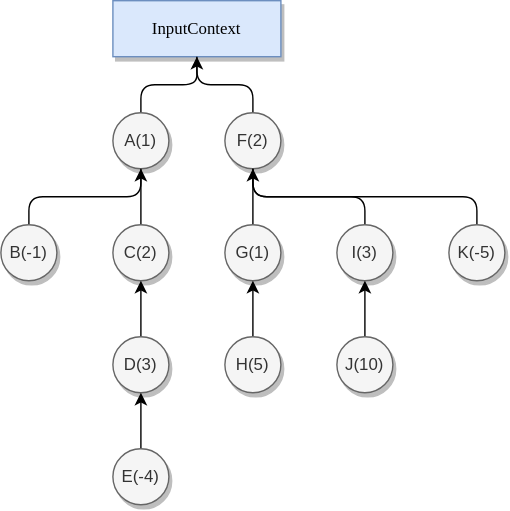
This is _static/images/input/input_layers.svg from TimZoet/Floah-manual, a draw.io export, as it was before one commit. Source tidied: cells renumbered, new cells last; positions are measured from the earlier drawing's top-left corner, leaving out a move shared by most shapes. The source it was exported from:
```xml
<mxGraphModel>
  <root>
    <mxCell id="0" />
    <mxCell id="1" parent="0" />
    <mxCell id="2" value="InputContext" style="rounded=0;whiteSpace=wrap;html=1;shadow=1;fontFamily=Lucida Console;fontSize=12;fillColor=#dae8fc;strokeColor=#6c8ebf;" parent="1" vertex="1">
      <mxGeometry x="80" width="120" height="40" as="geometry" />
    </mxCell>
    <mxCell id="3" style="edgeStyle=none;html=1;exitX=0.5;exitY=0;exitDx=0;exitDy=0;entryX=0.5;entryY=1;entryDx=0;entryDy=0;fontFamily=Lucida Console;fontSize=20;" parent="1" edge="1" source="4" target="2">
      <mxGeometry relative="1" as="geometry">
        <Array as="points">
          <mxPoint x="100" y="60" />
          <mxPoint x="140" y="60" />
        </Array>
      </mxGeometry>
    </mxCell>
    <mxCell id="4" value="A(1)" style="ellipse;whiteSpace=wrap;html=1;fillColor=#f5f5f5;strokeColor=#666666;shadow=1;fontSize=12;fontColor=#333333;" parent="1" vertex="1">
      <mxGeometry x="80" y="80" width="40" height="40" as="geometry" />
    </mxCell>
    <mxCell id="5" style="edgeStyle=none;html=1;exitX=0.5;exitY=0;exitDx=0;exitDy=0;entryX=0.5;entryY=1;entryDx=0;entryDy=0;fontFamily=Lucida Console;fontSize=20;endArrow=none;endFill=0;" parent="1" edge="1" source="6" target="2">
      <mxGeometry relative="1" as="geometry">
        <Array as="points">
          <mxPoint x="180" y="60" />
          <mxPoint x="140" y="60" />
        </Array>
      </mxGeometry>
    </mxCell>
    <mxCell id="6" value="F(2)" style="ellipse;whiteSpace=wrap;html=1;fillColor=#f5f5f5;strokeColor=#666666;shadow=1;fontSize=12;fontColor=#333333;" parent="1" vertex="1">
      <mxGeometry x="160" y="80" width="40" height="40" as="geometry" />
    </mxCell>
    <mxCell id="7" style="edgeStyle=none;html=1;exitX=0.5;exitY=0;exitDx=0;exitDy=0;entryX=0.5;entryY=1;entryDx=0;entryDy=0;fontFamily=Lucida Console;fontSize=12;endArrow=none;endFill=0;" parent="1" edge="1" source="8" target="4">
      <mxGeometry relative="1" as="geometry">
        <Array as="points">
          <mxPoint x="20" y="140" />
          <mxPoint x="100" y="140" />
        </Array>
      </mxGeometry>
    </mxCell>
    <mxCell id="8" value="B(-1)" style="ellipse;whiteSpace=wrap;html=1;fillColor=#f5f5f5;strokeColor=#666666;shadow=1;fontSize=12;fontColor=#333333;" parent="1" vertex="1">
      <mxGeometry y="160" width="40" height="40" as="geometry" />
    </mxCell>
    <mxCell id="9" style="edgeStyle=none;html=1;exitX=0.5;exitY=0;exitDx=0;exitDy=0;entryX=0.5;entryY=1;entryDx=0;entryDy=0;fontFamily=Lucida Console;fontSize=12;" parent="1" edge="1" source="10" target="4">
      <mxGeometry relative="1" as="geometry" />
    </mxCell>
    <mxCell id="10" value="C(2)" style="ellipse;whiteSpace=wrap;html=1;fillColor=#f5f5f5;strokeColor=#666666;shadow=1;fontSize=12;fontColor=#333333;" parent="1" vertex="1">
      <mxGeometry x="80" y="160" width="40" height="40" as="geometry" />
    </mxCell>
    <mxCell id="11" style="edgeStyle=none;html=1;exitX=0.5;exitY=0;exitDx=0;exitDy=0;entryX=0.5;entryY=1;entryDx=0;entryDy=0;fontFamily=Lucida Console;fontSize=12;" parent="1" edge="1" source="12" target="6">
      <mxGeometry relative="1" as="geometry" />
    </mxCell>
    <mxCell id="12" value="G(1)" style="ellipse;whiteSpace=wrap;html=1;fillColor=#f5f5f5;strokeColor=#666666;shadow=1;fontSize=12;fontColor=#333333;" parent="1" vertex="1">
      <mxGeometry x="160" y="160" width="40" height="40" as="geometry" />
    </mxCell>
    <mxCell id="13" style="edgeStyle=none;html=1;exitX=0.5;exitY=0;exitDx=0;exitDy=0;entryX=0.5;entryY=1;entryDx=0;entryDy=0;fontFamily=Lucida Console;fontSize=12;endArrow=none;endFill=0;" parent="1" edge="1" source="14" target="6">
      <mxGeometry relative="1" as="geometry">
        <Array as="points">
          <mxPoint x="260" y="140" />
          <mxPoint x="180" y="140" />
        </Array>
      </mxGeometry>
    </mxCell>
    <mxCell id="14" value="I(3)" style="ellipse;whiteSpace=wrap;html=1;fillColor=#f5f5f5;strokeColor=#666666;shadow=1;fontSize=12;fontColor=#333333;" parent="1" vertex="1">
      <mxGeometry x="240" y="160" width="40" height="40" as="geometry" />
    </mxCell>
    <mxCell id="15" style="edgeStyle=none;html=1;exitX=0.5;exitY=0;exitDx=0;exitDy=0;fontFamily=Lucida Console;fontSize=12;entryX=0.5;entryY=1;entryDx=0;entryDy=0;endArrow=none;endFill=0;" parent="1" edge="1" source="16" target="6">
      <mxGeometry relative="1" as="geometry">
        <Array as="points">
          <mxPoint x="340" y="140" />
          <mxPoint x="180" y="140" />
        </Array>
      </mxGeometry>
    </mxCell>
    <mxCell id="16" value="K(-5)" style="ellipse;whiteSpace=wrap;html=1;fillColor=#f5f5f5;strokeColor=#666666;shadow=1;fontSize=12;fontColor=#333333;" parent="1" vertex="1">
      <mxGeometry x="320" y="160" width="40" height="40" as="geometry" />
    </mxCell>
    <mxCell id="17" style="edgeStyle=none;html=1;exitX=0.5;exitY=0;exitDx=0;exitDy=0;entryX=0.5;entryY=1;entryDx=0;entryDy=0;fontFamily=Lucida Console;fontSize=12;" parent="1" edge="1" source="18" target="14">
      <mxGeometry relative="1" as="geometry" />
    </mxCell>
    <mxCell id="18" value="J(10)" style="ellipse;whiteSpace=wrap;html=1;fillColor=#f5f5f5;strokeColor=#666666;shadow=1;fontSize=12;fontColor=#333333;" parent="1" vertex="1">
      <mxGeometry x="240" y="240" width="40" height="40" as="geometry" />
    </mxCell>
    <mxCell id="19" style="edgeStyle=none;html=1;exitX=0.5;exitY=0;exitDx=0;exitDy=0;entryX=0.5;entryY=1;entryDx=0;entryDy=0;fontSize=12;endArrow=classic;endFill=1;" parent="1" edge="1" source="20" target="10">
      <mxGeometry relative="1" as="geometry" />
    </mxCell>
    <mxCell id="20" value="D(3)" style="ellipse;whiteSpace=wrap;html=1;fillColor=#f5f5f5;strokeColor=#666666;shadow=1;fontSize=12;fontColor=#333333;" parent="1" vertex="1">
      <mxGeometry x="80" y="240" width="40" height="40" as="geometry" />
    </mxCell>
    <mxCell id="21" style="edgeStyle=none;html=1;exitX=0.5;exitY=0;exitDx=0;exitDy=0;entryX=0.5;entryY=1;entryDx=0;entryDy=0;fontSize=12;endArrow=classic;endFill=1;" parent="1" edge="1" source="22" target="12">
      <mxGeometry relative="1" as="geometry" />
    </mxCell>
    <mxCell id="22" value="H(5)" style="ellipse;whiteSpace=wrap;html=1;fillColor=#f5f5f5;strokeColor=#666666;shadow=1;fontSize=12;fontColor=#333333;" parent="1" vertex="1">
      <mxGeometry x="160" y="240" width="40" height="40" as="geometry" />
    </mxCell>
    <mxCell id="23" style="edgeStyle=none;html=1;exitX=0.5;exitY=0;exitDx=0;exitDy=0;entryX=0.5;entryY=1;entryDx=0;entryDy=0;fontSize=12;endArrow=classic;endFill=1;" parent="1" edge="1" source="24" target="20">
      <mxGeometry relative="1" as="geometry" />
    </mxCell>
    <mxCell id="24" value="E(-4)" style="ellipse;whiteSpace=wrap;html=1;fillColor=#f5f5f5;strokeColor=#666666;shadow=1;fontSize=12;fontColor=#333333;" parent="1" vertex="1">
      <mxGeometry x="80" y="320" width="40" height="40" as="geometry" />
    </mxCell>
  </root>
</mxGraphModel>
```
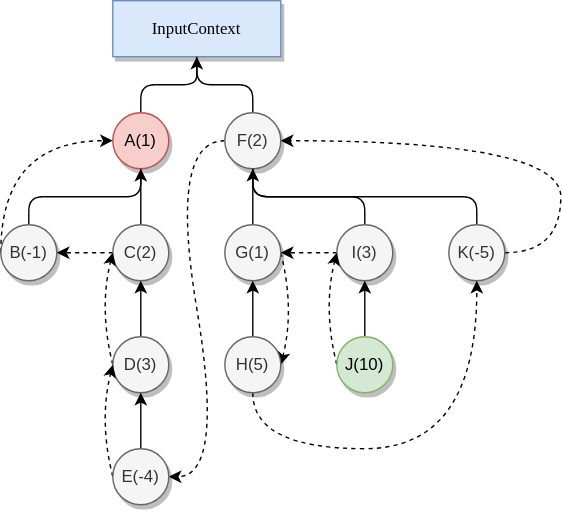
The same diagram one commit later.

Commit message:
Expanded the Input sections

The edit, as a diff of the source:
```diff
@@ -13,7 +13,7 @@
         </Array>
       </mxGeometry>
     </mxCell>
-    <mxCell id="4" value="A(1)" style="ellipse;whiteSpace=wrap;html=1;fillColor=#f5f5f5;strokeColor=#666666;shadow=1;fontSize=12;fontColor=#333333;" parent="1" vertex="1">
+    <mxCell id="4" value="A(1)" style="ellipse;whiteSpace=wrap;html=1;fillColor=#f8cecc;strokeColor=#b85450;shadow=1;fontSize=12;" parent="1" vertex="1">
       <mxGeometry x="80" y="80" width="40" height="40" as="geometry" />
     </mxCell>
     <mxCell id="5" style="edgeStyle=none;html=1;exitX=0.5;exitY=0;exitDx=0;exitDy=0;entryX=0.5;entryY=1;entryDx=0;entryDy=0;fontFamily=Lucida Console;fontSize=20;endArrow=none;endFill=0;" parent="1" edge="1" source="6" target="2">
@@ -24,6 +24,14 @@
         </Array>
       </mxGeometry>
     </mxCell>
+    <mxCell id="25" style="edgeStyle=none;curved=1;html=1;exitX=0;exitY=0.5;exitDx=0;exitDy=0;entryX=1;entryY=0.5;entryDx=0;entryDy=0;dashed=1;" parent="1" edge="1" source="6" target="24">
+      <mxGeometry relative="1" as="geometry">
+        <Array as="points">
+          <mxPoint x="120" y="100" />
+          <mxPoint x="160" y="340" />
+        </Array>
+      </mxGeometry>
+    </mxCell>
     <mxCell id="6" value="F(2)" style="ellipse;whiteSpace=wrap;html=1;fillColor=#f5f5f5;strokeColor=#666666;shadow=1;fontSize=12;fontColor=#333333;" parent="1" vertex="1">
       <mxGeometry x="160" y="80" width="40" height="40" as="geometry" />
     </mxCell>
@@ -35,18 +43,35 @@
         </Array>
       </mxGeometry>
     </mxCell>
+    <mxCell id="26" style="edgeStyle=none;curved=1;html=1;exitX=0;exitY=0.5;exitDx=0;exitDy=0;entryX=0;entryY=0.5;entryDx=0;entryDy=0;dashed=1;" parent="1" edge="1" source="8" target="4">
+      <mxGeometry relative="1" as="geometry">
+        <Array as="points">
+          <mxPoint y="100" />
+        </Array>
+      </mxGeometry>
+    </mxCell>
     <mxCell id="8" value="B(-1)" style="ellipse;whiteSpace=wrap;html=1;fillColor=#f5f5f5;strokeColor=#666666;shadow=1;fontSize=12;fontColor=#333333;" parent="1" vertex="1">
       <mxGeometry y="160" width="40" height="40" as="geometry" />
     </mxCell>
     <mxCell id="9" style="edgeStyle=none;html=1;exitX=0.5;exitY=0;exitDx=0;exitDy=0;entryX=0.5;entryY=1;entryDx=0;entryDy=0;fontFamily=Lucida Console;fontSize=12;" parent="1" edge="1" source="10" target="4">
       <mxGeometry relative="1" as="geometry" />
     </mxCell>
+    <mxCell id="27" style="edgeStyle=none;curved=1;html=1;exitX=0;exitY=0.5;exitDx=0;exitDy=0;entryX=1;entryY=0.5;entryDx=0;entryDy=0;dashed=1;" parent="1" edge="1" source="10" target="8">
+      <mxGeometry relative="1" as="geometry" />
+    </mxCell>
     <mxCell id="10" value="C(2)" style="ellipse;whiteSpace=wrap;html=1;fillColor=#f5f5f5;strokeColor=#666666;shadow=1;fontSize=12;fontColor=#333333;" parent="1" vertex="1">
       <mxGeometry x="80" y="160" width="40" height="40" as="geometry" />
     </mxCell>
     <mxCell id="11" style="edgeStyle=none;html=1;exitX=0.5;exitY=0;exitDx=0;exitDy=0;entryX=0.5;entryY=1;entryDx=0;entryDy=0;fontFamily=Lucida Console;fontSize=12;" parent="1" edge="1" source="12" target="6">
       <mxGeometry relative="1" as="geometry" />
     </mxCell>
+    <mxCell id="28" style="edgeStyle=none;curved=1;html=1;exitX=1;exitY=0.5;exitDx=0;exitDy=0;entryX=1;entryY=0.5;entryDx=0;entryDy=0;dashed=1;" parent="1" edge="1" source="12" target="22">
+      <mxGeometry relative="1" as="geometry">
+        <Array as="points">
+          <mxPoint x="210" y="220" />
+        </Array>
+      </mxGeometry>
+    </mxCell>
     <mxCell id="12" value="G(1)" style="ellipse;whiteSpace=wrap;html=1;fillColor=#f5f5f5;strokeColor=#666666;shadow=1;fontSize=12;fontColor=#333333;" parent="1" vertex="1">
       <mxGeometry x="160" y="160" width="40" height="40" as="geometry" />
     </mxCell>
@@ -58,6 +83,9 @@
         </Array>
       </mxGeometry>
     </mxCell>
+    <mxCell id="29" style="edgeStyle=none;curved=1;html=1;exitX=0;exitY=0.5;exitDx=0;exitDy=0;entryX=1;entryY=0.5;entryDx=0;entryDy=0;dashed=1;" parent="1" edge="1" source="14" target="12">
+      <mxGeometry relative="1" as="geometry" />
+    </mxCell>
     <mxCell id="14" value="I(3)" style="ellipse;whiteSpace=wrap;html=1;fillColor=#f5f5f5;strokeColor=#666666;shadow=1;fontSize=12;fontColor=#333333;" parent="1" vertex="1">
       <mxGeometry x="240" y="160" width="40" height="40" as="geometry" />
     </mxCell>
@@ -69,30 +97,67 @@
         </Array>
       </mxGeometry>
     </mxCell>
+    <mxCell id="30" style="edgeStyle=none;curved=1;html=1;exitX=1;exitY=0.5;exitDx=0;exitDy=0;entryX=1;entryY=0.5;entryDx=0;entryDy=0;dashed=1;" parent="1" edge="1" source="16" target="6">
+      <mxGeometry relative="1" as="geometry">
+        <Array as="points">
+          <mxPoint x="400" y="180" />
+          <mxPoint x="400" y="100" />
+        </Array>
+      </mxGeometry>
+    </mxCell>
     <mxCell id="16" value="K(-5)" style="ellipse;whiteSpace=wrap;html=1;fillColor=#f5f5f5;strokeColor=#666666;shadow=1;fontSize=12;fontColor=#333333;" parent="1" vertex="1">
       <mxGeometry x="320" y="160" width="40" height="40" as="geometry" />
     </mxCell>
     <mxCell id="17" style="edgeStyle=none;html=1;exitX=0.5;exitY=0;exitDx=0;exitDy=0;entryX=0.5;entryY=1;entryDx=0;entryDy=0;fontFamily=Lucida Console;fontSize=12;" parent="1" edge="1" source="18" target="14">
       <mxGeometry relative="1" as="geometry" />
     </mxCell>
+    <mxCell id="31" style="edgeStyle=none;html=1;exitX=0;exitY=0.5;exitDx=0;exitDy=0;entryX=0;entryY=0.5;entryDx=0;entryDy=0;curved=1;dashed=1;" parent="1" edge="1" source="18" target="14">
+      <mxGeometry relative="1" as="geometry">
+        <Array as="points">
+          <mxPoint x="230" y="220" />
+        </Array>
+      </mxGeometry>
+    </mxCell>
-    <mxCell id="18" value="J(10)" style="ellipse;whiteSpace=wrap;html=1;fillColor=#f5f5f5;strokeColor=#666666;shadow=1;fontSize=12;fontColor=#333333;" parent="1" vertex="1">
+    <mxCell id="18" value="J(10)" style="ellipse;whiteSpace=wrap;html=1;fillColor=#d5e8d4;strokeColor=#82b366;shadow=1;fontSize=12;" parent="1" vertex="1">
       <mxGeometry x="240" y="240" width="40" height="40" as="geometry" />
     </mxCell>
     <mxCell id="19" style="edgeStyle=none;html=1;exitX=0.5;exitY=0;exitDx=0;exitDy=0;entryX=0.5;entryY=1;entryDx=0;entryDy=0;fontSize=12;endArrow=classic;endFill=1;" parent="1" edge="1" source="20" target="10">
       <mxGeometry relative="1" as="geometry" />
     </mxCell>
+    <mxCell id="32" style="edgeStyle=none;curved=1;html=1;exitX=0;exitY=0.5;exitDx=0;exitDy=0;entryX=0;entryY=0.5;entryDx=0;entryDy=0;dashed=1;" parent="1" edge="1" source="20" target="10">
+      <mxGeometry relative="1" as="geometry">
+        <Array as="points">
+          <mxPoint x="70" y="220" />
+        </Array>
+      </mxGeometry>
+    </mxCell>
     <mxCell id="20" value="D(3)" style="ellipse;whiteSpace=wrap;html=1;fillColor=#f5f5f5;strokeColor=#666666;shadow=1;fontSize=12;fontColor=#333333;" parent="1" vertex="1">
       <mxGeometry x="80" y="240" width="40" height="40" as="geometry" />
     </mxCell>
     <mxCell id="21" style="edgeStyle=none;html=1;exitX=0.5;exitY=0;exitDx=0;exitDy=0;entryX=0.5;entryY=1;entryDx=0;entryDy=0;fontSize=12;endArrow=classic;endFill=1;" parent="1" edge="1" source="22" target="12">
       <mxGeometry relative="1" as="geometry" />
     </mxCell>
+    <mxCell id="33" style="edgeStyle=none;curved=1;html=1;exitX=0.5;exitY=1;exitDx=0;exitDy=0;entryX=0.5;entryY=1;entryDx=0;entryDy=0;dashed=1;" parent="1" edge="1" source="22" target="16">
+      <mxGeometry relative="1" as="geometry">
+        <Array as="points">
+          <mxPoint x="180" y="320" />
+          <mxPoint x="340" y="320" />
+        </Array>
+      </mxGeometry>
+    </mxCell>
     <mxCell id="22" value="H(5)" style="ellipse;whiteSpace=wrap;html=1;fillColor=#f5f5f5;strokeColor=#666666;shadow=1;fontSize=12;fontColor=#333333;" parent="1" vertex="1">
       <mxGeometry x="160" y="240" width="40" height="40" as="geometry" />
     </mxCell>
     <mxCell id="23" style="edgeStyle=none;html=1;exitX=0.5;exitY=0;exitDx=0;exitDy=0;entryX=0.5;entryY=1;entryDx=0;entryDy=0;fontSize=12;endArrow=classic;endFill=1;" parent="1" edge="1" source="24" target="20">
       <mxGeometry relative="1" as="geometry" />
     </mxCell>
+    <mxCell id="34" style="edgeStyle=none;curved=1;html=1;exitX=0;exitY=0.5;exitDx=0;exitDy=0;entryX=0;entryY=0.5;entryDx=0;entryDy=0;dashed=1;" parent="1" edge="1" source="24" target="20">
+      <mxGeometry relative="1" as="geometry">
+        <Array as="points">
+          <mxPoint x="70" y="300" />
+        </Array>
+      </mxGeometry>
+    </mxCell>
     <mxCell id="24" value="E(-4)" style="ellipse;whiteSpace=wrap;html=1;fillColor=#f5f5f5;strokeColor=#666666;shadow=1;fontSize=12;fontColor=#333333;" parent="1" vertex="1">
       <mxGeometry x="80" y="320" width="40" height="40" as="geometry" />
     </mxCell>
```
